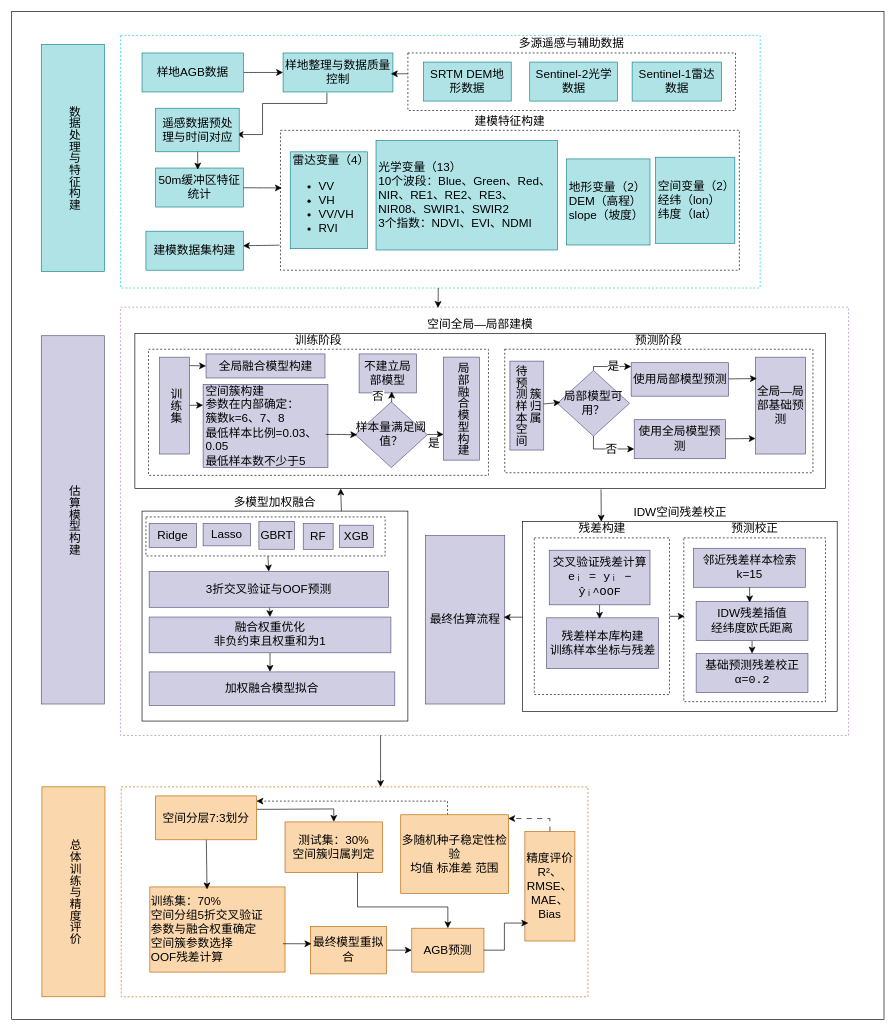
Above: 论文英文版流程图.drawio in ruoxiaobai/ruo (draw.io), before the change. Source tidied: cells renumbered, new cells numbered last; positions are measured from the earlier drawing's top-left corner, leaving out a move shared by most shapes. Both pictures are drawn from the tidied source at 65%, with x=0, y=0 at pixel (12, 11).
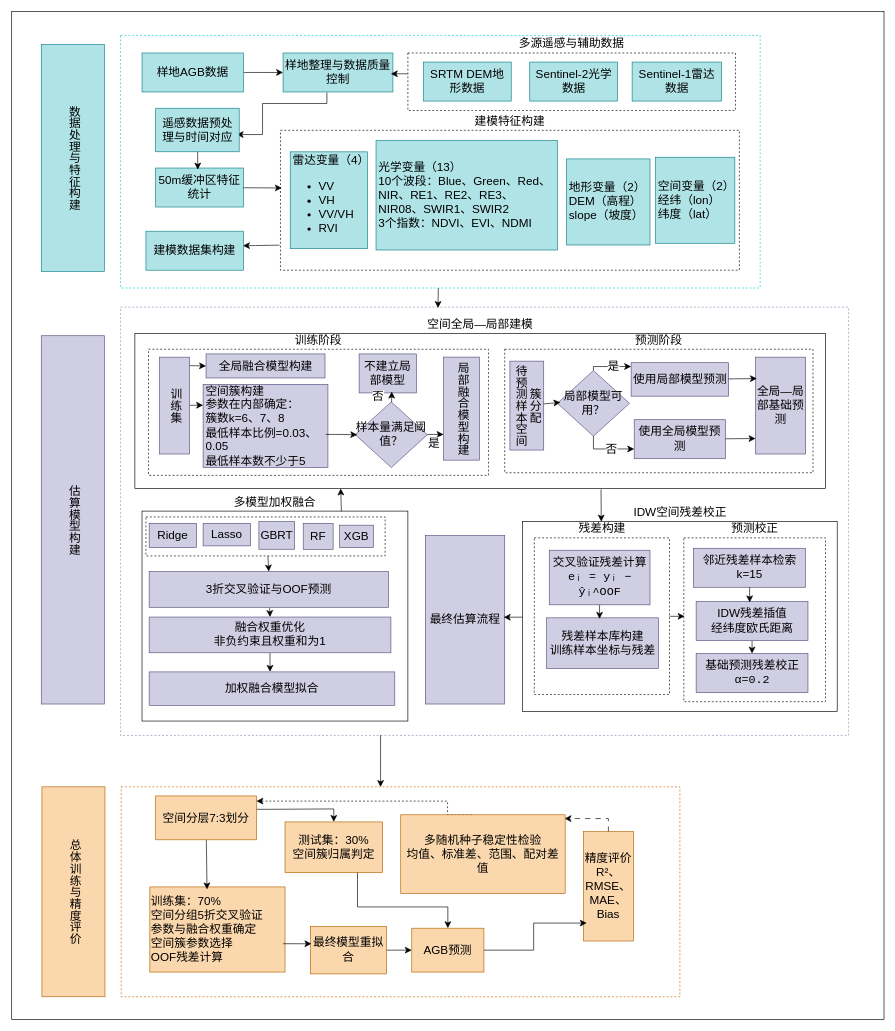
Above is the later version.

Commit message:
更新论文中文版流程图.drawio

Change to the diagram source:
```diff
@@
     <mxCell id="11" style="rounded=0;whiteSpace=wrap;html=1;fontSize=18;spacingLeft=2;spacingRight=2;dashed=1;strokeColor=#CC6600;" parent="1" vertex="1">
-      <mxGeometry x="168" y="1193" width="718" height="323" as="geometry" />
+      <mxGeometry x="168" y="1193" width="859.5" height="323" as="geometry" />
     </mxCell>
@@
-    <mxCell id="40" value="待预测样本空间簇归属" style="rounded=0;whiteSpace=wrap;html=1;fontSize=18;textDirection=vertical-lr;fillColor=#d0cee2;strokeColor=#56517e;" parent="1" vertex="1">
+    <mxCell id="40" value="待预测样本空间簇分配" style="rounded=0;whiteSpace=wrap;html=1;fontSize=18;textDirection=vertical-lr;fillColor=#d0cee2;strokeColor=#56517e;" parent="1" vertex="1">
       <mxGeometry x="766" y="538.1" width="52" height="136.8" as="geometry" />
     </mxCell>
@@
     <mxCell id="53" value="精度评价&lt;div&gt;R²、RMSE、MAE、Bias&lt;/div&gt;" style="rounded=0;whiteSpace=wrap;html=1;fontSize=18;fillColor=#fad7ac;strokeColor=#b46504;" parent="1" vertex="1">
-      <mxGeometry x="789" y="1262" width="77" height="168.2" as="geometry" />
+      <mxGeometry x="879" y="1262" width="77" height="168.2" as="geometry" />
     </mxCell>
@@
-    <mxCell id="55" value="多随机种子稳定性检验&lt;div&gt;均值 标准差 范围&lt;/div&gt;" style="rounded=0;whiteSpace=wrap;html=1;fontSize=18;align=center;fillColor=#fad7ac;strokeColor=#b46504;" parent="1" vertex="1">
-      <mxGeometry x="598" y="1236" width="166" height="121" as="geometry" />
+    <mxCell id="55" value="多随机种子稳定性检验&lt;div&gt;均值、标准差、范围、配对差值&lt;/div&gt;" style="rounded=0;whiteSpace=wrap;html=1;fontSize=18;align=center;fillColor=#fad7ac;strokeColor=#b46504;" parent="1" vertex="1">
+      <mxGeometry x="598" y="1236" width="253" height="121" as="geometry" />
     </mxCell>
```
